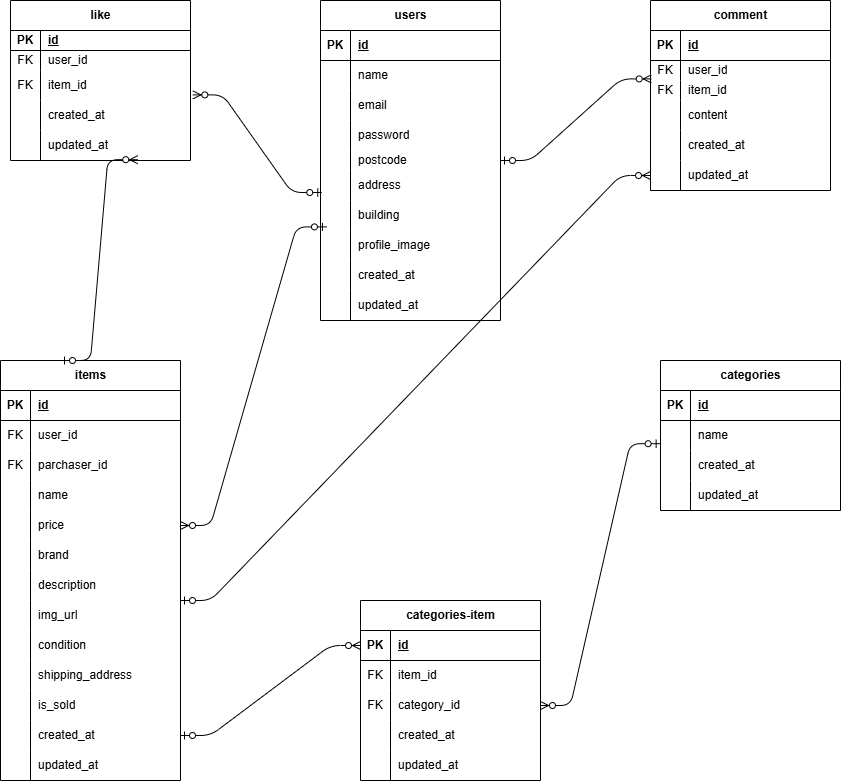
sugi3105/furima keeps this draw.io diagram as ER.drawio.png. Above is the earlier version. Source tidied: cells renumbered, new cells last; positions are measured from the earlier drawing's top-left corner, leaving out a move shared by most shapes.
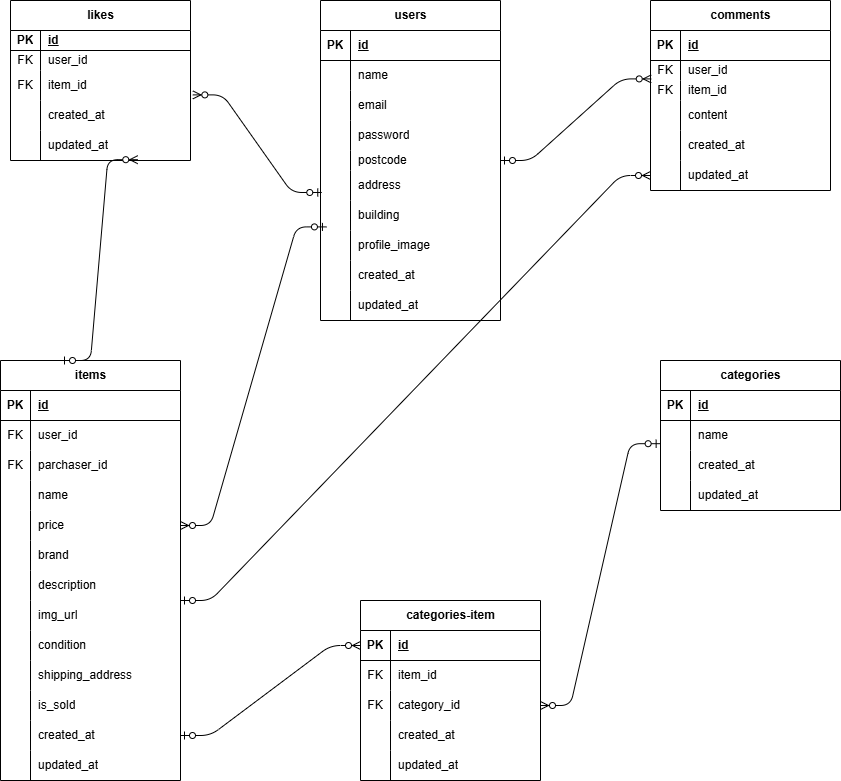
Above is the later version.

What changed in the source:
```diff
@@ -2,7 +2,7 @@
   <root>
     <mxCell id="0" />
     <mxCell id="1" parent="0" />
-    <mxCell id="2" value="like" style="shape=table;startSize=30;rowLines=0;fontStyle=1;align=center;html=1;" parent="1" vertex="1">
+    <mxCell id="2" value="likes" style="shape=table;startSize=30;rowLines=0;fontStyle=1;align=center;html=1;" parent="1" vertex="1">
       <mxGeometry x="50" width="180" height="160" as="geometry" />
     </mxCell>
     <mxCell id="3" style="shape=tableRow;horizontal=0;startSize=0;swimlaneHead=0;swimlaneBody=0;fillColor=none;top=0;left=0;right=0;bottom=1;" parent="2" vertex="1">
@@ -143,7 +143,7 @@
     <mxCell id="48" value="updated_at" style="shape=partialRectangle;fillColor=none;top=0;left=0;bottom=0;right=0;align=left;spacingLeft=6;overflow=hidden;whiteSpace=wrap;html=1;" parent="46" vertex="1">
       <mxGeometry x="30" width="150" height="30" as="geometry" />
     </mxCell>
-    <mxCell id="49" value="comment" style="shape=table;startSize=30;rowLines=0;fontStyle=1;align=center;html=1;" parent="1" vertex="1">
+    <mxCell id="49" value="comments" style="shape=table;startSize=30;rowLines=0;fontStyle=1;align=center;html=1;" parent="1" vertex="1">
       <mxGeometry x="690" width="180" height="190" as="geometry" />
     </mxCell>
     <mxCell id="50" style="shape=tableRow;horizontal=0;startSize=0;swimlaneHead=0;swimlaneBody=0;fillColor=none;top=0;left=0;right=0;bottom=1;" parent="49" vertex="1">
@@ -433,6 +433,7 @@
         <mxPoint x="220" y="600" as="sourcePoint" />
         <Array as="points">
           <mxPoint x="490" y="390" />
+          <mxPoint x="640" y="220" />
         </Array>
       </mxGeometry>
     </mxCell>
```
